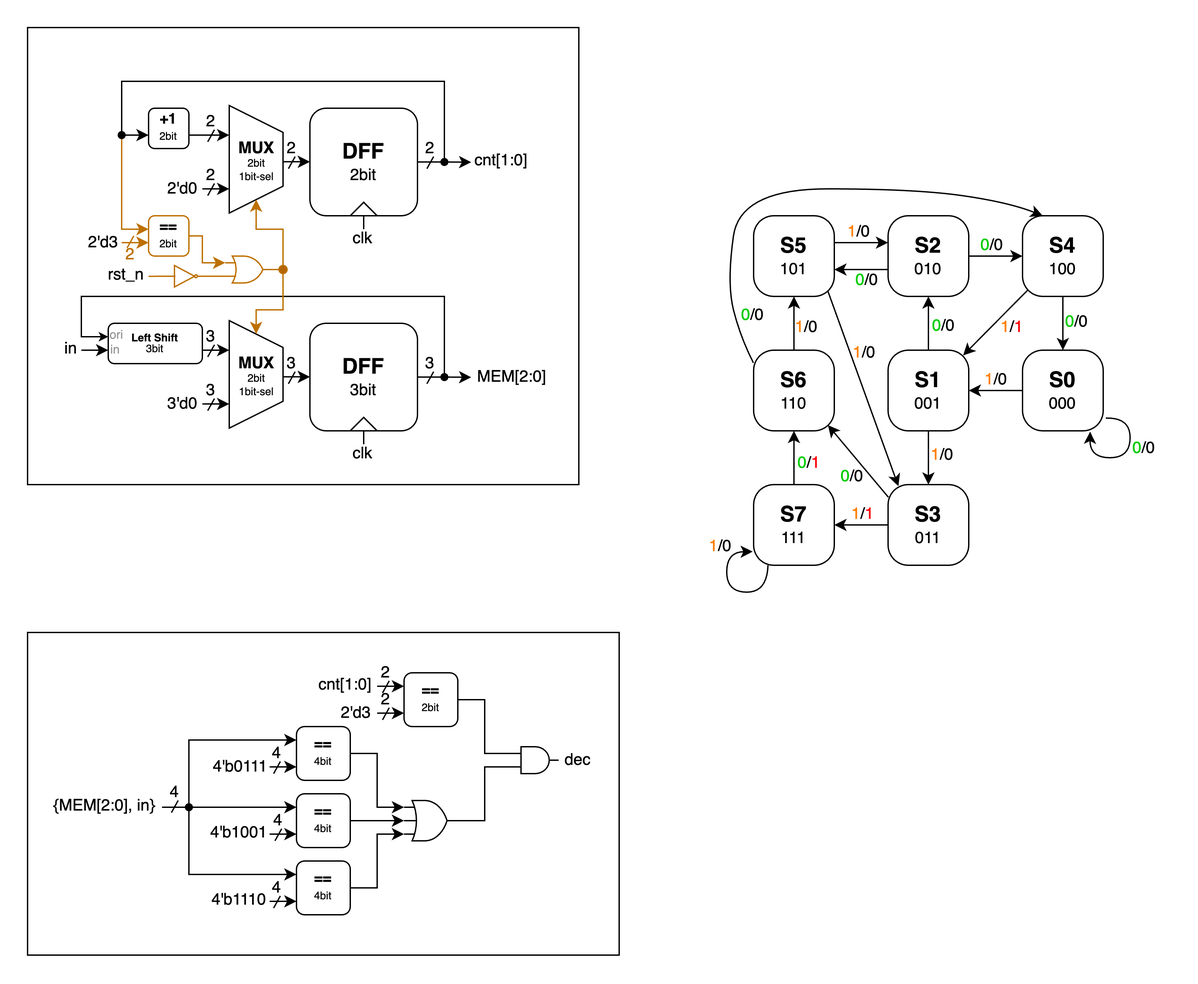
Before: roger/Lab4/Circuit Diagram/a4.png, a diagram exported from draw.io (rogerfan48/Course-Soph1-HDL). Source tidied: cells renumbered, new cells last; positions are measured from the earlier drawing's top-left corner, leaving out a move shared by most shapes.
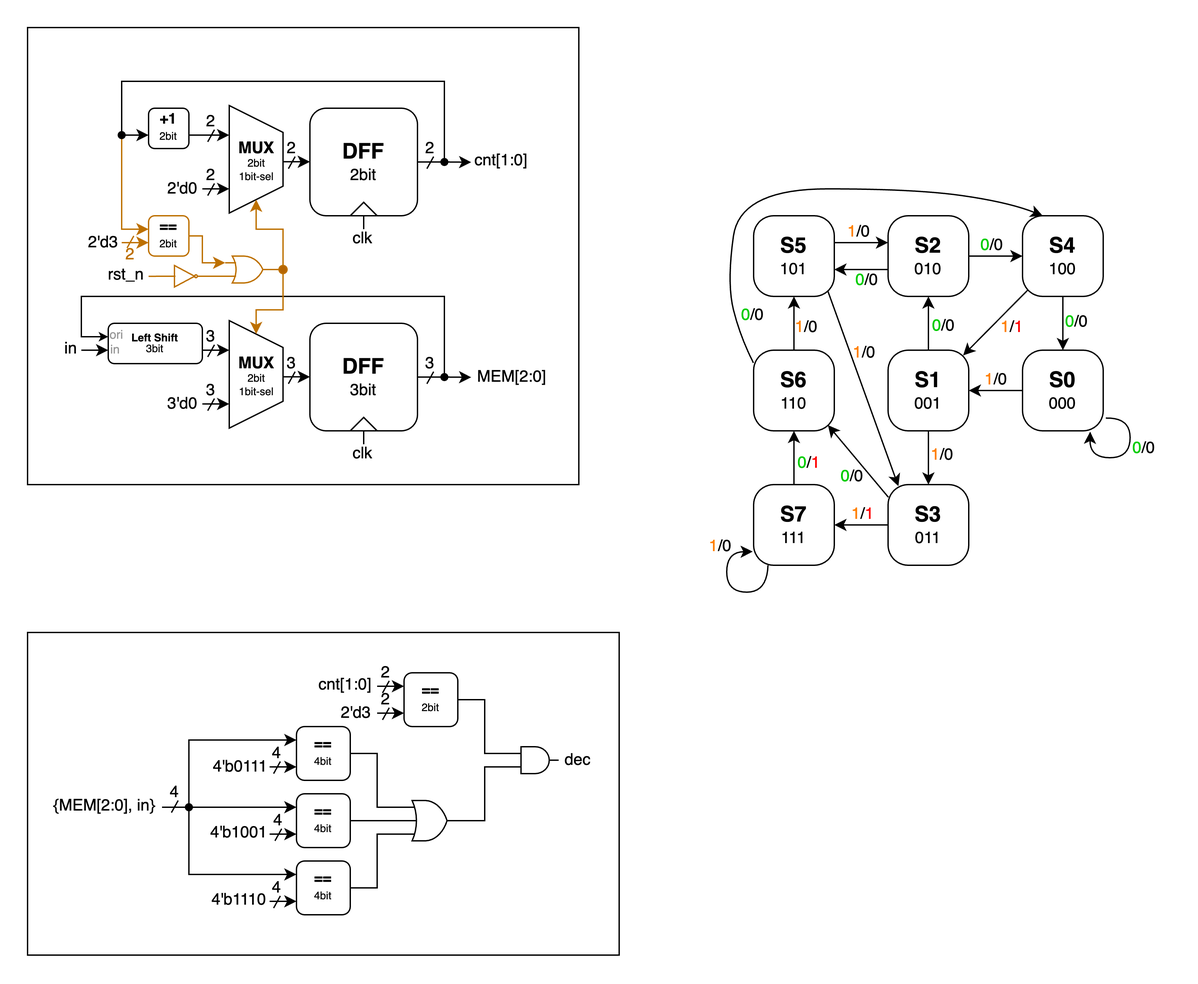
The same diagram one commit later.

Diff of the diagram source:
```diff
@@ -2,6 +2,9 @@
   <root>
     <mxCell id="0" />
     <mxCell id="1" parent="0" />
+    <mxCell id="162" style="rounded=0;whiteSpace=wrap;html=1;fillColor=none;" parent="1" vertex="1">
+      <mxGeometry y="450" width="440" height="240" as="geometry" />
+    </mxCell>
     <mxCell id="2" value="2" style="text;html=1;align=center;verticalAlign=middle;strokeColor=none;fillColor=none;fontColor=#BD7000;" parent="1" vertex="1">
       <mxGeometry x="61" y="154" width="30" height="30" as="geometry" />
     </mxCell>
@@ -299,7 +302,7 @@
         <mxPoint x="18" y="21" as="targetPoint" />
       </mxGeometry>
     </mxCell>
-    <mxCell id="71" style="edgeStyle=orthogonalEdgeStyle;rounded=0;jettySize=auto;html=1;exitX=1;exitY=0.5;exitDx=0;exitDy=0;entryX=0;entryY=0.16666666666666666;entryDx=0;entryDy=0;entryPerimeter=0;" parent="1" edge="1" source="72" target="87">
+    <mxCell id="71" style="edgeStyle=orthogonalEdgeStyle;rounded=0;jettySize=auto;html=1;exitX=1;exitY=0.5;exitDx=0;exitDy=0;entryX=0;entryY=0.16666666666666666;entryDx=0;entryDy=0;entryPerimeter=0;endArrow=none;endFill=0;" parent="1" edge="1" source="72" target="87">
       <mxGeometry relative="1" as="geometry" />
     </mxCell>
     <mxCell id="72" value="&lt;p style=&quot;line-height: 0%; font-size: 11px;&quot;&gt;&lt;b&gt;==&lt;/b&gt;&lt;/p&gt;&lt;div style=&quot;line-height: 0%;&quot;&gt;&lt;font style=&quot;font-size: 8px;&quot;&gt;4bit&lt;/font&gt;&lt;/div&gt;&lt;p&gt;&lt;/p&gt;" style="rounded=1;whiteSpace=wrap;html=1;" parent="1" vertex="1">
@@ -375,10 +378,10 @@
     <mxCell id="87" style="verticalLabelPosition=bottom;shadow=0;dashed=0;align=center;html=1;verticalAlign=top;shape=mxgraph.electrical.logic_gates.logic_gate;operation=or;rotation=0;numInputs=3;" parent="1" vertex="1">
       <mxGeometry x="280" y="575" width="40" height="30" as="geometry" />
     </mxCell>
-    <mxCell id="88" style="edgeStyle=orthogonalEdgeStyle;rounded=0;jettySize=auto;html=1;exitX=1;exitY=0.5;exitDx=0;exitDy=0;entryX=0;entryY=0.5;entryDx=0;entryDy=0;entryPerimeter=0;" parent="1" edge="1" source="73" target="87">
+    <mxCell id="88" style="edgeStyle=orthogonalEdgeStyle;rounded=0;jettySize=auto;html=1;exitX=1;exitY=0.5;exitDx=0;exitDy=0;entryX=0;entryY=0.5;entryDx=0;entryDy=0;entryPerimeter=0;endArrow=none;endFill=0;" parent="1" edge="1" source="73" target="87">
       <mxGeometry relative="1" as="geometry" />
     </mxCell>
-    <mxCell id="89" style="edgeStyle=orthogonalEdgeStyle;rounded=0;jettySize=auto;html=1;exitX=1;exitY=0.5;exitDx=0;exitDy=0;entryX=0;entryY=0.8333333333333333;entryDx=0;entryDy=0;entryPerimeter=0;" parent="1" edge="1" source="74" target="87">
+    <mxCell id="89" style="edgeStyle=orthogonalEdgeStyle;rounded=0;jettySize=auto;html=1;exitX=1;exitY=0.5;exitDx=0;exitDy=0;entryX=0;entryY=0.8333333333333333;entryDx=0;entryDy=0;entryPerimeter=0;endArrow=none;endFill=0;" parent="1" edge="1" source="74" target="87">
       <mxGeometry relative="1" as="geometry" />
     </mxCell>
     <mxCell id="90" value="dec" style="text;html=1;align=center;verticalAlign=middle;strokeColor=none;fillColor=none;" parent="1" vertex="1">
@@ -666,9 +669,6 @@
         <mxPoint x="18" y="21" as="targetPoint" />
       </mxGeometry>
     </mxCell>
-    <mxCell id="162" style="rounded=0;whiteSpace=wrap;html=1;fillColor=none;" parent="1" vertex="1">
-      <mxGeometry y="450" width="440" height="240" as="geometry" />
-    </mxCell>
     <mxCell id="163" style="endArrow=none;html=1;rounded=0;fillColor=#f0a30a;strokeColor=#BD7000;" parent="1" edge="1">
       <mxGeometry relative="1" as="geometry">
         <mxPoint x="74" y="164" as="sourcePoint" />
```
